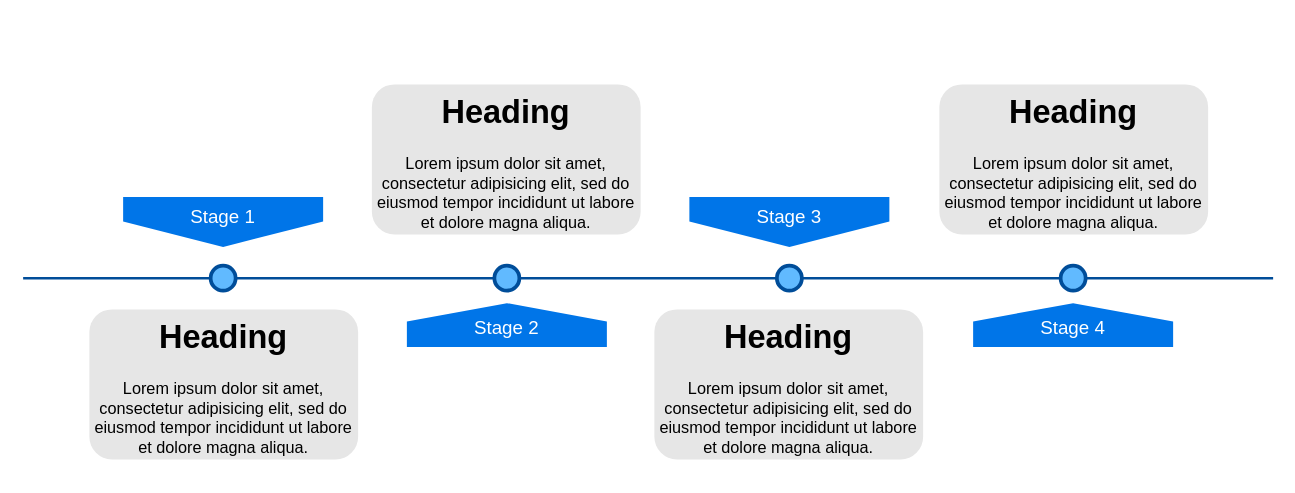
Before: Untitled Diagram.drawio in RimelCHERIF/rimel, a draw.io diagram. Source tidied: cells renumbered, new cells numbered last; positions are measured from the earlier drawing's top-left corner, leaving out a move shared by most shapes. Both pictures are drawn from the tidied source at 125%, with x=0, y=0 at pixel (22, 84).
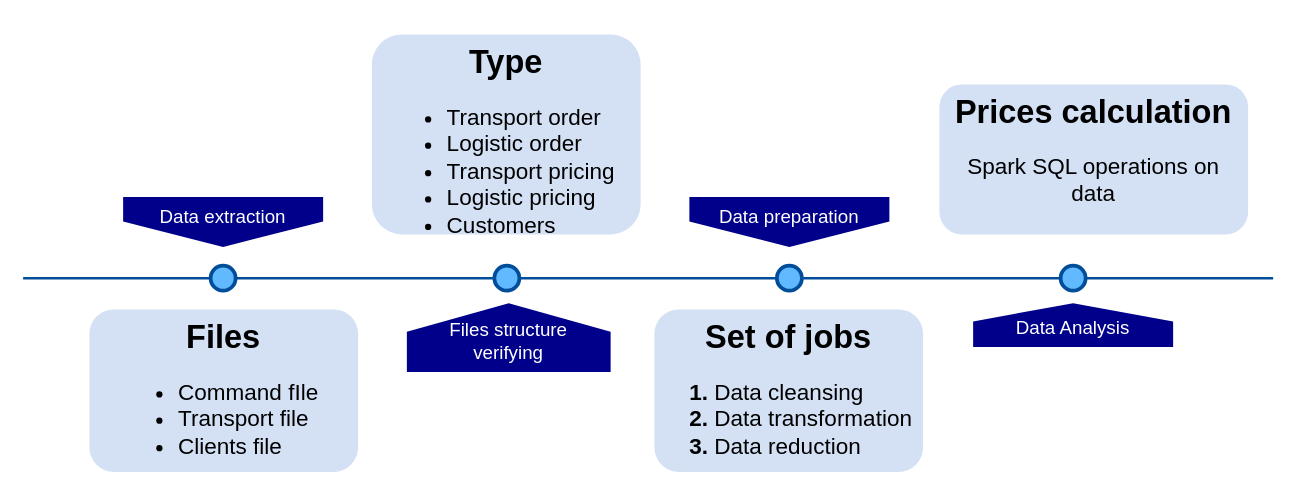
After the change.

What changed in the source:
```diff
@@
 <mxGraphModel background="#ffffff">
   <root>
     <mxCell id="0" />
     <mxCell id="1" parent="0" />
     <mxCell id="2" style="line;strokeWidth=2;html=1;fillColor=none;fontSize=28;fontColor=#004D99;strokeColor=#004D99;" parent="1" vertex="1">
       <mxGeometry y="150" width="1000" height="10" as="geometry" />
     </mxCell>
-    <mxCell id="3" value="Stage 1" style="shape=offPageConnector;whiteSpace=wrap;html=1;fillColor=#0075E8;fontSize=15;fontColor=#FFFFFF;size=0.5093750000000015;verticalAlign=top;strokeColor=none;" parent="1" vertex="1">
-      <mxGeometry x="80" y="90" width="160" height="40" as="geometry" />
-    </mxCell>
-    <mxCell id="4" value="&lt;span&gt;Stage 3&lt;/span&gt;" style="shape=offPageConnector;whiteSpace=wrap;html=1;fillColor=#0075E8;fontSize=15;fontColor=#FFFFFF;size=0.5093750000000015;verticalAlign=top;strokeColor=none;" parent="1" vertex="1">
+    <mxCell id="4" value="&lt;span&gt;Data preparation&lt;/span&gt;" style="shape=offPageConnector;whiteSpace=wrap;html=1;fontSize=15;fontColor=#FFFFFF;size=0.5093750000000015;verticalAlign=top;strokeColor=none;fillColor=#00008B;" parent="1" vertex="1">
       <mxGeometry x="533" y="90" width="160" height="40" as="geometry" />
     </mxCell>
-    <mxCell id="5" value="&lt;span&gt;Stage 2&lt;/span&gt;" style="shape=offPageConnector;whiteSpace=wrap;html=1;fillColor=#0075E8;fontSize=15;fontColor=#FFFFFF;size=0.4178571428571445;flipV=1;verticalAlign=bottom;strokeColor=none;spacingBottom=4;" parent="1" vertex="1">
-      <mxGeometry x="307" y="175" width="160" height="35" as="geometry" />
+    <mxCell id="5" value="&lt;span&gt;Files structure &lt;br&gt;verifying&lt;/span&gt;" style="shape=offPageConnector;whiteSpace=wrap;html=1;fontSize=15;fontColor=#FFFFFF;size=0.4178571428571445;flipV=1;verticalAlign=bottom;strokeColor=none;spacingBottom=4;fillColor=#00008B;" parent="1" vertex="1">
+      <mxGeometry x="307" y="175" width="163" height="55" as="geometry" />
     </mxCell>
-    <mxCell id="6" value="&lt;span&gt;Stage 4&lt;/span&gt;" style="shape=offPageConnector;whiteSpace=wrap;html=1;fillColor=#0075E8;fontSize=15;fontColor=#FFFFFF;size=0.4178571428571445;flipV=1;verticalAlign=bottom;strokeColor=none;spacingBottom=4;" parent="1" vertex="1">
+    <mxCell id="6" value="&lt;span&gt;Data Analysis&lt;/span&gt;" style="shape=offPageConnector;whiteSpace=wrap;html=1;fontSize=15;fontColor=#FFFFFF;size=0.4178571428571445;flipV=1;verticalAlign=bottom;strokeColor=none;spacingBottom=4;fillColor=#00008B;" parent="1" vertex="1">
       <mxGeometry x="760" y="175" width="160" height="35" as="geometry" />
     </mxCell>
     <mxCell id="7" style="ellipse;whiteSpace=wrap;html=1;fillColor=#61BAFF;fontSize=28;fontColor=#004D99;strokeWidth=3;strokeColor=#004D99;" parent="1" vertex="1">
       <mxGeometry x="150" y="145" width="20" height="20" as="geometry" />
     </mxCell>
     <mxCell id="8" style="ellipse;whiteSpace=wrap;html=1;fillColor=#61BAFF;fontSize=28;fontColor=#004D99;strokeWidth=3;strokeColor=#004D99;" parent="1" vertex="1">
       <mxGeometry x="377" y="145" width="20" height="20" as="geometry" />
     </mxCell>
     <mxCell id="9" style="ellipse;whiteSpace=wrap;html=1;fillColor=#61BAFF;fontSize=28;fontColor=#004D99;strokeWidth=3;strokeColor=#004D99;" parent="1" vertex="1">
       <mxGeometry x="603" y="145" width="20" height="20" as="geometry" />
     </mxCell>
     <mxCell id="10" style="ellipse;whiteSpace=wrap;html=1;fillColor=#61BAFF;fontSize=28;fontColor=#004D99;strokeWidth=3;strokeColor=#004D99;" parent="1" vertex="1">
       <mxGeometry x="830" y="145" width="20" height="20" as="geometry" />
     </mxCell>
-    <mxCell id="11" value="&lt;h1&gt;Heading&lt;/h1&gt;&lt;p&gt;Lorem ipsum dolor sit amet, consectetur adipisicing elit, sed do eiusmod tempor incididunt ut labore et dolore magna aliqua.&lt;/p&gt;" style="text;html=1;spacing=5;spacingTop=-20;whiteSpace=wrap;overflow=hidden;strokeColor=none;strokeWidth=3;fillColor=#E6E6E6;fontSize=13;fontColor=#000000;align=center;rounded=1;" parent="1" vertex="1">
-      <mxGeometry x="53" y="180" width="215" height="120" as="geometry" />
+    <mxCell id="11" value="&lt;h1&gt;Files&lt;/h1&gt;&lt;ul style=&quot;font-size: 18px&quot;&gt;&lt;li style=&quot;text-align: left&quot;&gt;Command fIle&lt;/li&gt;&lt;li style=&quot;text-align: left&quot;&gt;Transport file&amp;nbsp;&lt;/li&gt;&lt;li style=&quot;text-align: left&quot;&gt;Clients file&lt;/li&gt;&lt;/ul&gt;&lt;p&gt;&lt;/p&gt;" style="text;html=1;spacing=5;spacingTop=-20;whiteSpace=wrap;overflow=hidden;strokeColor=none;strokeWidth=3;fontSize=13;fontColor=#000000;align=center;rounded=1;fillColor=#D4E1F5;" parent="1" vertex="1">
+      <mxGeometry x="53" y="180" width="215" height="130" as="geometry" />
     </mxCell>
-    <mxCell id="12" value="&lt;h1&gt;Heading&lt;/h1&gt;&lt;p&gt;Lorem ipsum dolor sit amet, consectetur adipisicing elit, sed do eiusmod tempor incididunt ut labore et dolore magna aliqua.&lt;/p&gt;" style="text;html=1;spacing=5;spacingTop=-20;whiteSpace=wrap;overflow=hidden;strokeColor=none;strokeWidth=3;fillColor=#E6E6E6;fontSize=13;fontColor=#000000;align=center;rounded=1;" parent="1" vertex="1">
-      <mxGeometry x="279" width="215" height="120" as="geometry" />
+    <mxCell id="12" value="&lt;h1&gt;Type&lt;/h1&gt;&lt;div style=&quot;font-size: 18px&quot;&gt;&lt;ul&gt;&lt;li style=&quot;text-align: left&quot;&gt;Transport order&lt;/li&gt;&lt;li style=&quot;text-align: left&quot;&gt;Logistic order&lt;/li&gt;&lt;li style=&quot;text-align: left&quot;&gt;Transport pricing&lt;/li&gt;&lt;li style=&quot;text-align: left&quot;&gt;Logistic pricing&lt;/li&gt;&lt;li style=&quot;text-align: left&quot;&gt;Customers&lt;/li&gt;&lt;/ul&gt;&lt;/div&gt;" style="text;html=1;spacing=5;spacingTop=-20;whiteSpace=wrap;overflow=hidden;strokeColor=none;strokeWidth=3;fontSize=13;fontColor=#000000;align=center;rounded=1;fillColor=#D4E1F5;" parent="1" vertex="1">
+      <mxGeometry x="279" y="-40" width="215" height="160" as="geometry" />
     </mxCell>
-    <mxCell id="13" value="&lt;h1&gt;Heading&lt;/h1&gt;&lt;p&gt;Lorem ipsum dolor sit amet, consectetur adipisicing elit, sed do eiusmod tempor incididunt ut labore et dolore magna aliqua.&lt;/p&gt;" style="text;html=1;spacing=5;spacingTop=-20;whiteSpace=wrap;overflow=hidden;strokeColor=none;strokeWidth=3;fillColor=#E6E6E6;fontSize=13;fontColor=#000000;align=center;rounded=1;" parent="1" vertex="1">
-      <mxGeometry x="505" y="180" width="215" height="120" as="geometry" />
+    <mxCell id="13" value="&lt;h1&gt;Set of jobs&lt;/h1&gt;&lt;h1 style=&quot;font-size: 18px&quot;&gt;&lt;div style=&quot;text-align: left&quot;&gt;&lt;ol&gt;&lt;li&gt;&lt;span style=&quot;font-weight: normal&quot;&gt;Data cleansing&amp;nbsp;&lt;/span&gt;&lt;/li&gt;&lt;li&gt;&lt;span style=&quot;font-weight: normal&quot;&gt;Data transformation&lt;/span&gt;&lt;/li&gt;&lt;li&gt;&lt;span style=&quot;font-weight: normal&quot;&gt;Data reduction&lt;/span&gt;&lt;/li&gt;&lt;/ol&gt;&lt;/div&gt;&lt;/h1&gt;&lt;div&gt;&lt;br&gt;&lt;/div&gt;" style="text;html=1;spacing=5;spacingTop=-20;whiteSpace=wrap;overflow=hidden;strokeColor=none;strokeWidth=3;fontSize=13;fontColor=#000000;align=center;rounded=1;fillColor=#D4E1F5;" parent="1" vertex="1">
+      <mxGeometry x="505" y="180" width="215" height="130" as="geometry" />
     </mxCell>
-    <mxCell id="14" value="&lt;h1&gt;Heading&lt;/h1&gt;&lt;p&gt;Lorem ipsum dolor sit amet, consectetur adipisicing elit, sed do eiusmod tempor incididunt ut labore et dolore magna aliqua.&lt;/p&gt;" style="text;html=1;spacing=5;spacingTop=-20;whiteSpace=wrap;overflow=hidden;strokeColor=none;strokeWidth=3;fillColor=#E6E6E6;fontSize=13;fontColor=#000000;align=center;rounded=1;" parent="1" vertex="1">
-      <mxGeometry x="733" width="215" height="120" as="geometry" />
+    <mxCell id="14" value="&lt;h1&gt;Prices calculation&lt;/h1&gt;&lt;p&gt;&lt;font style=&quot;font-size: 18px&quot;&gt;Spark SQL operations on data&lt;/font&gt;&lt;/p&gt;" style="text;html=1;spacing=5;spacingTop=-20;whiteSpace=wrap;overflow=hidden;strokeColor=none;strokeWidth=3;fontSize=13;fontColor=#000000;align=center;rounded=1;fillColor=#D4E1F5;" parent="1" vertex="1">
+      <mxGeometry x="733" width="247" height="120" as="geometry" />
     </mxCell>
+    <mxCell id="15" value="&lt;span&gt;Data extraction&lt;/span&gt;" style="shape=offPageConnector;whiteSpace=wrap;html=1;fontSize=15;fontColor=#FFFFFF;size=0.5093750000000015;verticalAlign=top;strokeColor=none;fillColor=#00008B;" parent="1" vertex="1">
+      <mxGeometry x="80" y="90" width="160" height="40" as="geometry" />
+    </mxCell>
   </root>
 </mxGraphModel>
```
